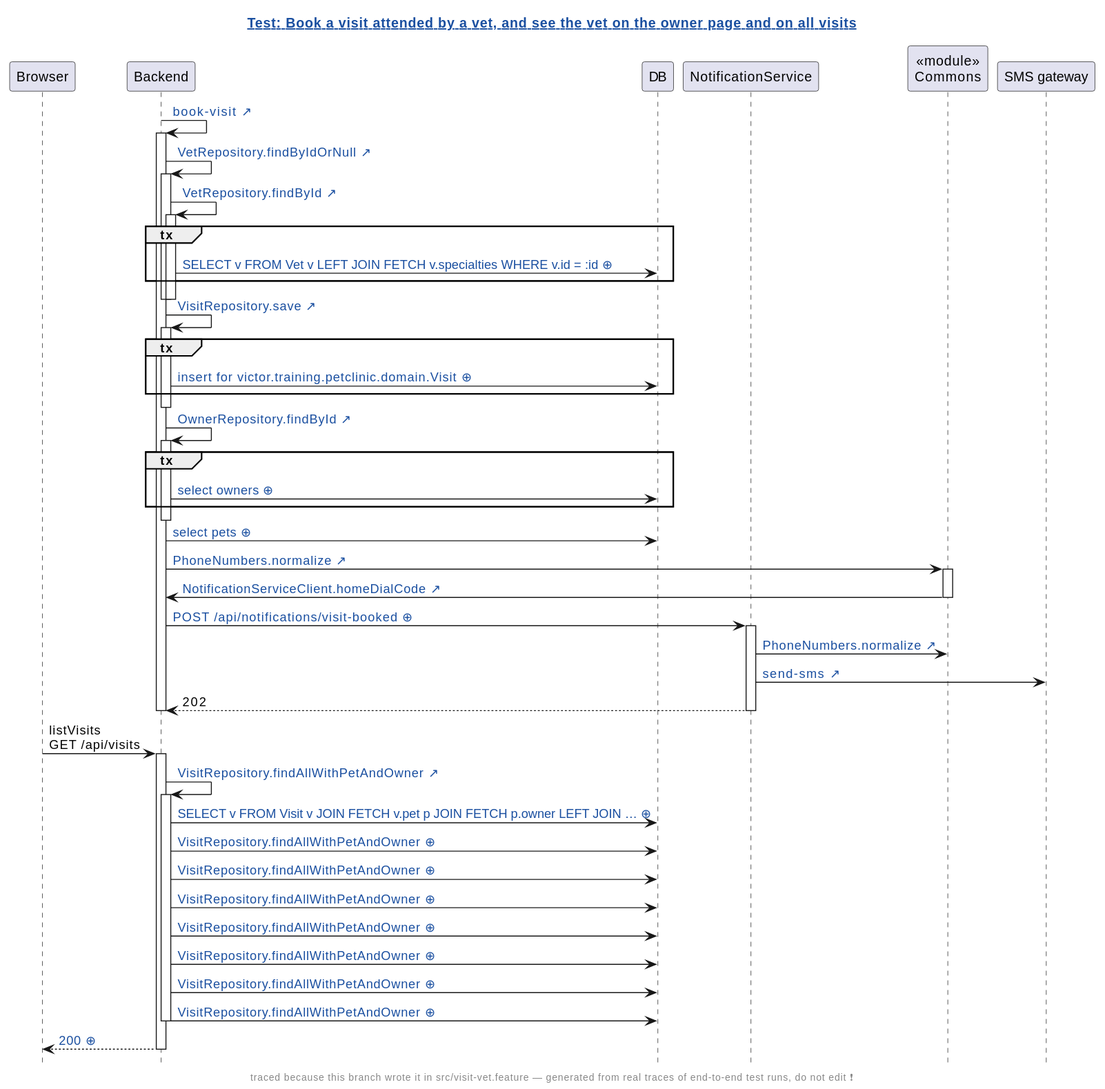
Above: demo/demo/assets/diagrams/petclinic-test_generated_visit-vet.feature.book-a-visit-attended-by-a-vet-and-see-the-vet-on-the-owner-page-and-on-all-visits.genseq.new.svg in victorrentea/human-review (PlantUML), before the change.
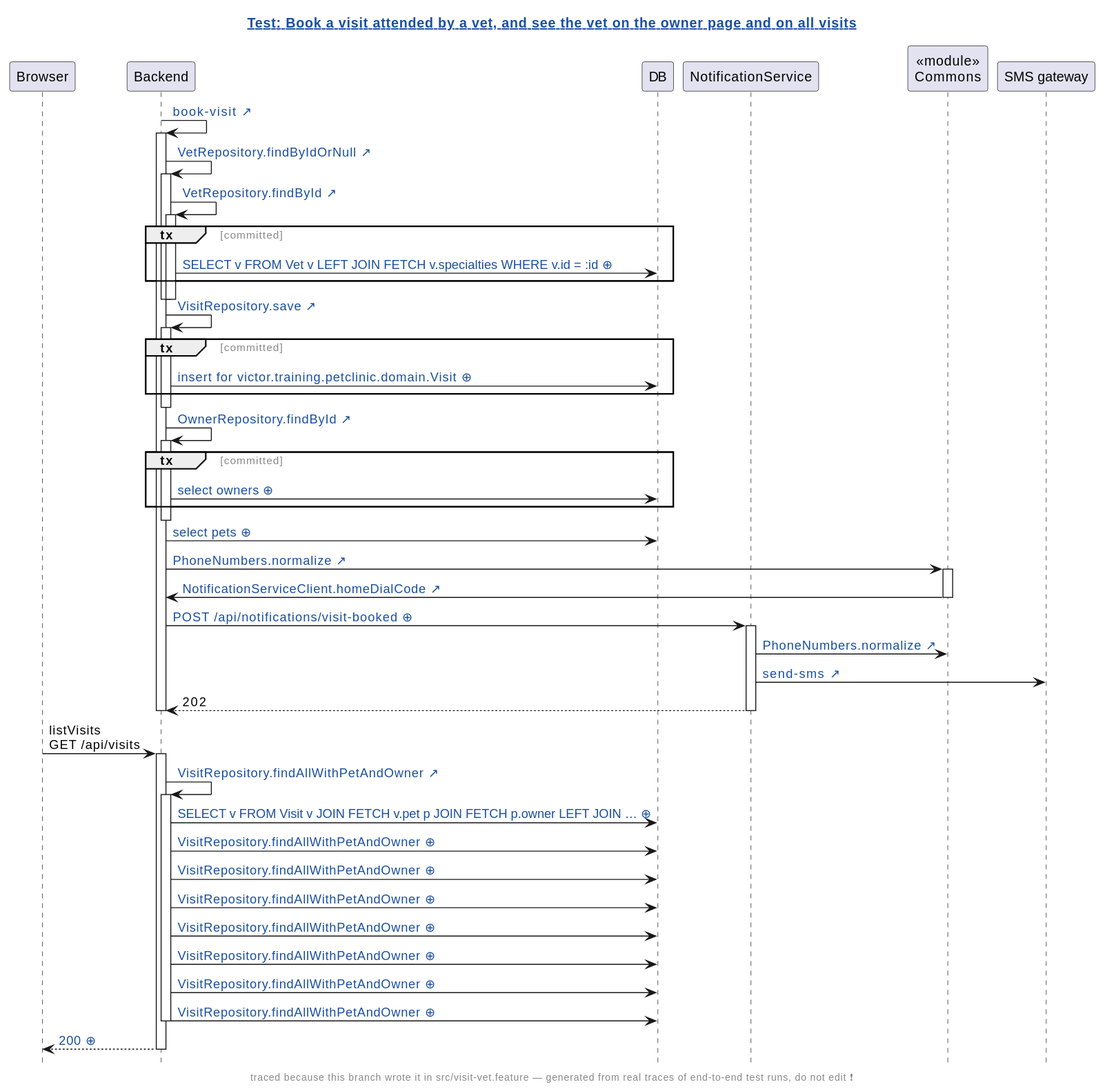
After the commit.

The edit, as a diff of the source:
```diff
@@ -2,6 +2,8 @@
 hide footbox
 skinparam hyperlinkUnderline false
 skinparam hyperlinkColor #1A4FA0
+skinparam sequenceGroupFontColor #888888
+skinparam sequenceGroupFontStyle plain
 title [[src://petclinic-test/src/visit-vet.feature:11{Click to open the test} Test: Book a visit attended by a vet, and see the vet on the owner page and on all visits]]
 footer traced because this branch wrote it in src/visit-vet.feature — generated from real traces of end-to-end test runs, do not edit ❗
 participant Browser
@@ -16,20 +18,20 @@
 activate Backend
 Backend -> Backend: [[src://petclinic-backend/src/main/java/victor/training/petclinic/repository/VetRepository.java:16{Click to open VetRepository.findById} VetRepository.findById ↗]]
 activate Backend
-group tx
+group tx [committed]
 Backend -> DB: [[genseq://0zykq1t{Click for the statement behind this call} SELECT v FROM Vet v LEFT JOIN FETCH v.specialties WHERE v.id = :id ⊕]]
 end
 deactivate Backend
 deactivate Backend
 Backend -> Backend: [[src://petclinic-backend/src/main/java/victor/training/petclinic/repository/VisitRepository.java:14{Click to open VisitRepository.save} VisitRepository.save ↗]]
 activate Backend
-group tx
+group tx [committed]
 Backend -> DB: [[genseq://032ydb6{Click for the statement behind this call} insert for victor.training.petclinic.domain.Visit ⊕]]
 end
 deactivate Backend
 Backend -> Backend: [[src://petclinic-backend/src/main/java/victor/training/petclinic/repository/OwnerRepository.java:14{Click to open OwnerRepository.findById} OwnerRepository.findById ↗]]
 activate Backend
-group tx
+group tx [committed]
 Backend -> DB: [[genseq://0x8aana{Click for the statement behind this call} select owners ⊕]]
 end
 deactivate Backend
```
